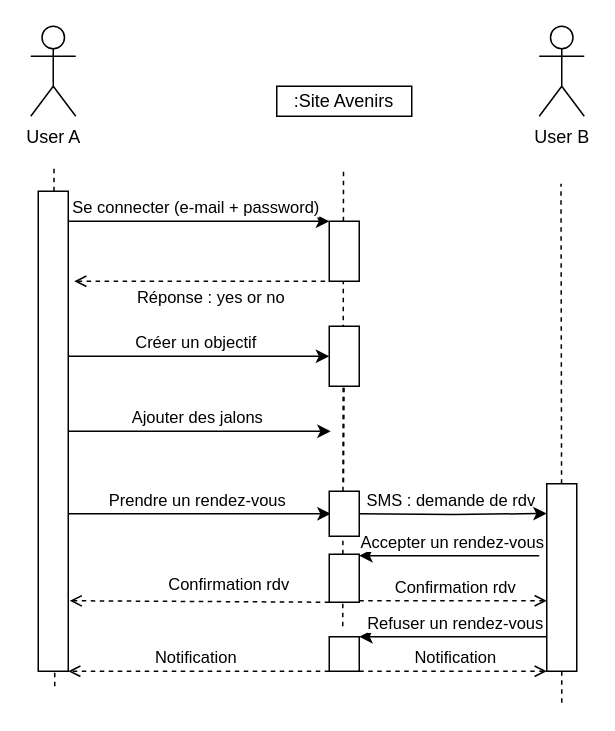
This is page "Diagramme de séquence" (3 of 4) of uml_avenirs.drawio from cbeauquel/oc_projet9, a draw.io file, before an edit. Source tidied: cells renumbered, new cells numbered last; positions are measured from the earlier drawing's top-left corner, leaving out a move shared by most shapes. Both pictures are drawn from the tidied source at 150%, with x=0, y=0 at pixel (30, 26).
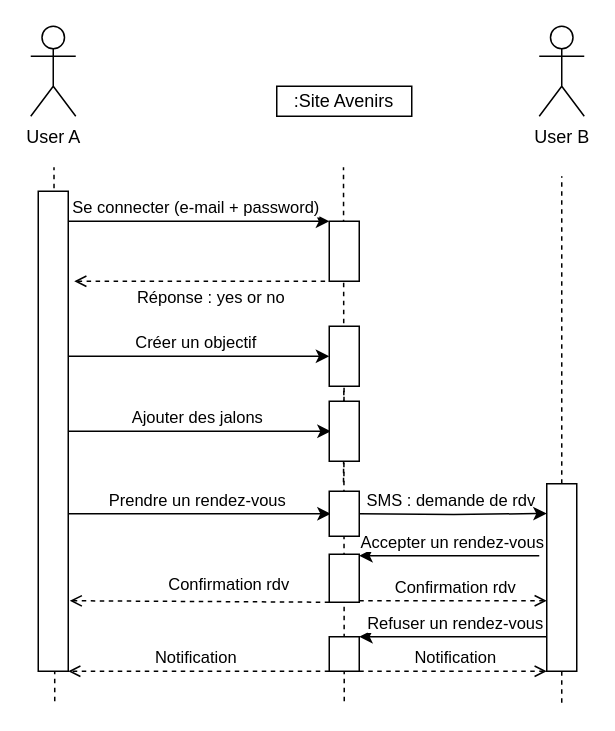
The same page after the edit.

Commit message:
Mettre à jour uml_avenirs.drawio diagramme de séquence, maj

Unchanged cells that the change refers to:
```xml
<mxCell id="32" style="rounded=0;whiteSpace=wrap;html=1;fillColor=#FFFFFF;" parent="1" vertex="1">
  <mxGeometry x="344" y="305" width="20" height="125" as="geometry" />
</mxCell>
```

The edit, as a diff of the source:
```diff
@@
     <mxCell id="3" style="endArrow=none;dashed=1;html=1;rounded=0;" parent="1" edge="1">
       <mxGeometry relative="1" as="geometry">
-        <mxPoint x="16" y="440" as="sourcePoint" />
+        <mxPoint x="16" y="450" as="sourcePoint" />
         <mxPoint x="15.5" y="94" as="targetPoint" />
       </mxGeometry>
     </mxCell>
@@
     <mxCell id="5" style="endArrow=none;dashed=1;html=1;rounded=0;" parent="1" edge="1">
       <mxGeometry relative="1" as="geometry">
-        <mxPoint x="208" y="400" as="sourcePoint" />
+        <mxPoint x="209" y="450" as="sourcePoint" />
         <mxPoint x="208.5" y="94" as="targetPoint" />
       </mxGeometry>
     </mxCell>
@@
     <mxCell id="30" style="endArrow=none;dashed=1;html=1;rounded=0;" parent="1" edge="1" source="32">
       <mxGeometry relative="1" as="geometry">
-        <mxPoint x="353.5" y="105" as="targetPoint" />
+        <mxPoint x="354" y="100" as="targetPoint" />
       </mxGeometry>
     </mxCell>
@@
+    <mxCell id="41" style="rounded=0;whiteSpace=wrap;html=1;fillColor=#FFFFFF;" parent="1" vertex="1">
+      <mxGeometry x="199" y="250" width="20" height="40" as="geometry" />
+    </mxCell>
```
